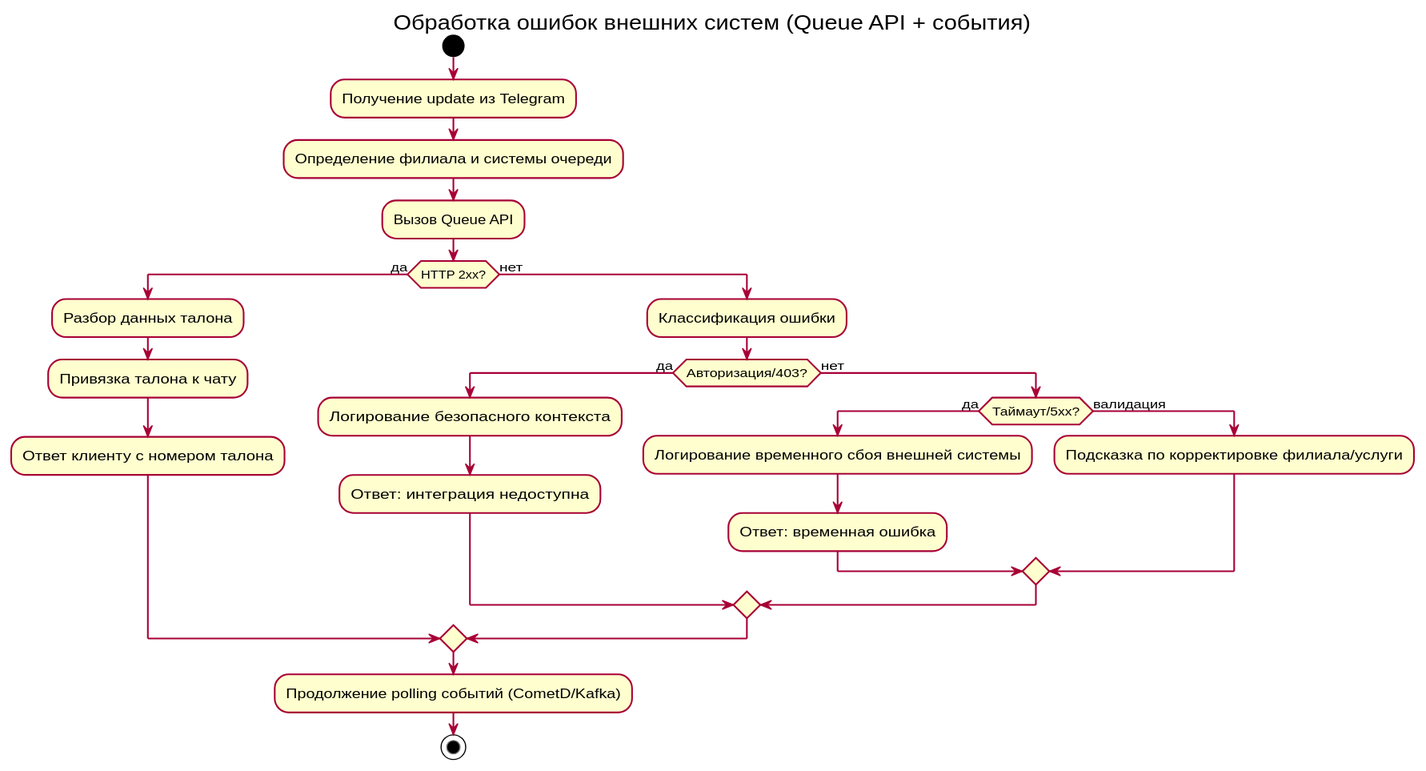
Before: docs/diagrams/error-handling-flow.svg, a diagram exported from PlantUML (psokolov25/chatBotJava).
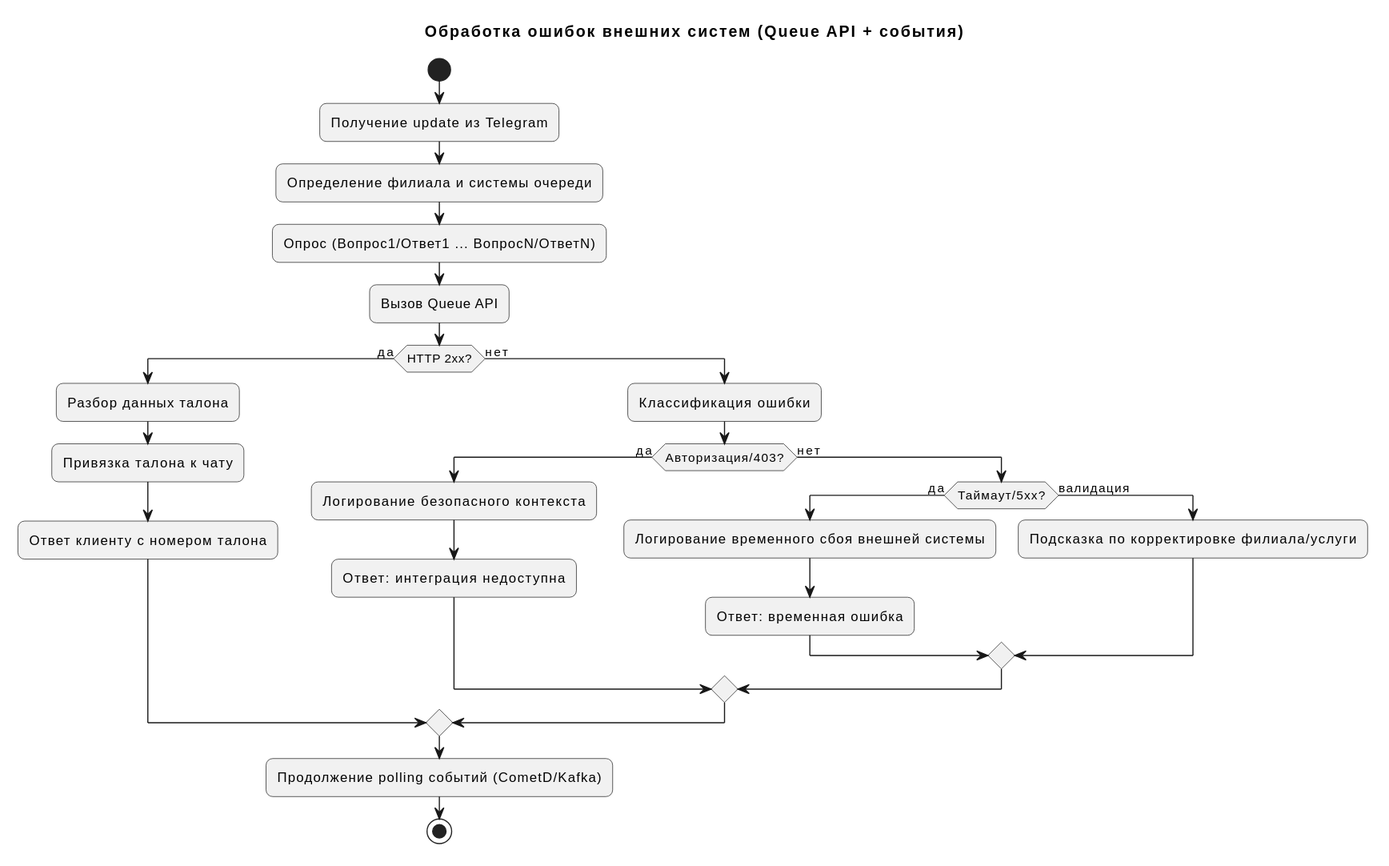
Above is the later version.

Change to the diagram source:
```diff
@@ -6,6 +6,7 @@
 start
 :Получение update из Telegram;
 :Определение филиала и системы очереди;
+:Опрос (Вопрос1/Ответ1 ... ВопросN/ОтветN);
 :Вызов Queue API;
 if (HTTP 2xx?) then (да)
   :Разбор данных талона;
```
